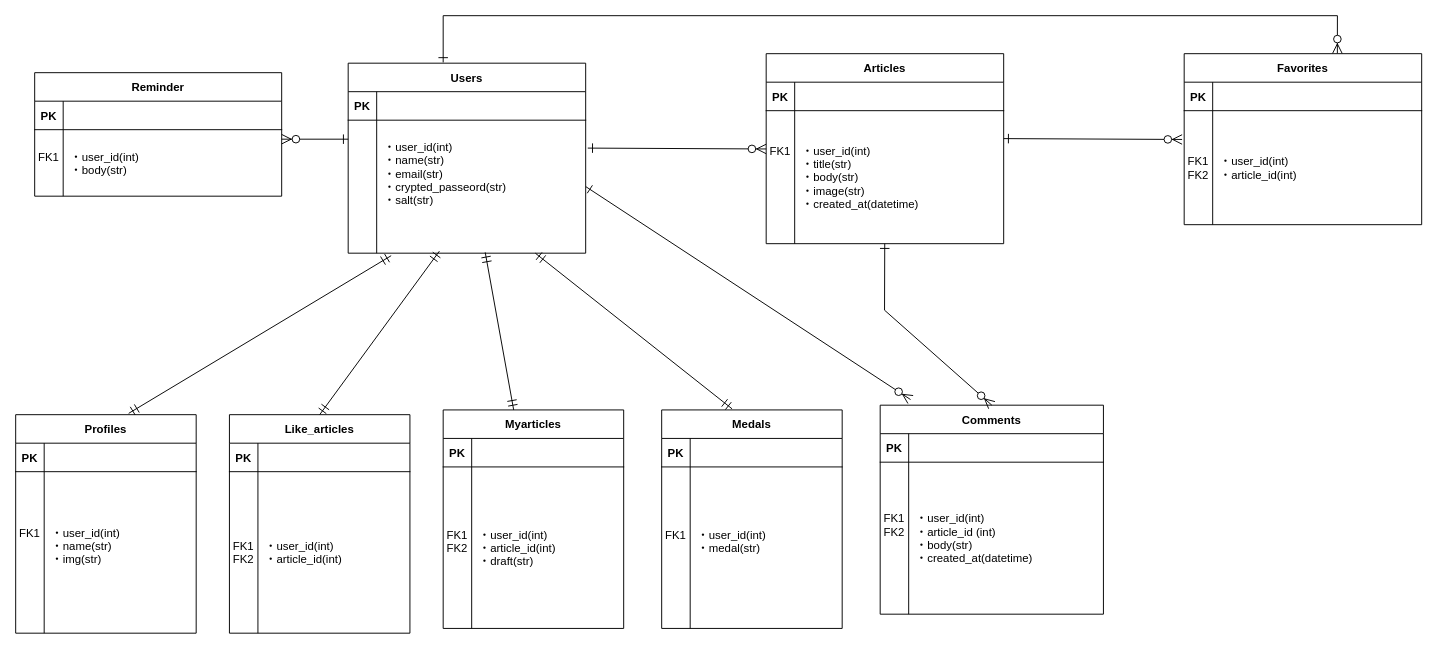
s17w09/Entity-Relationship-Diagram keeps this draw.io diagram as 名称未設定ファイル.drawio. Above is the earlier version. Source tidied: cells renumbered, new cells numbered last; positions are measured from the earlier drawing's top-left corner, leaving out a move shared by most shapes. Both pictures are drawn from the tidied source at 95%, with x=0, y=0 at pixel (15, 15).
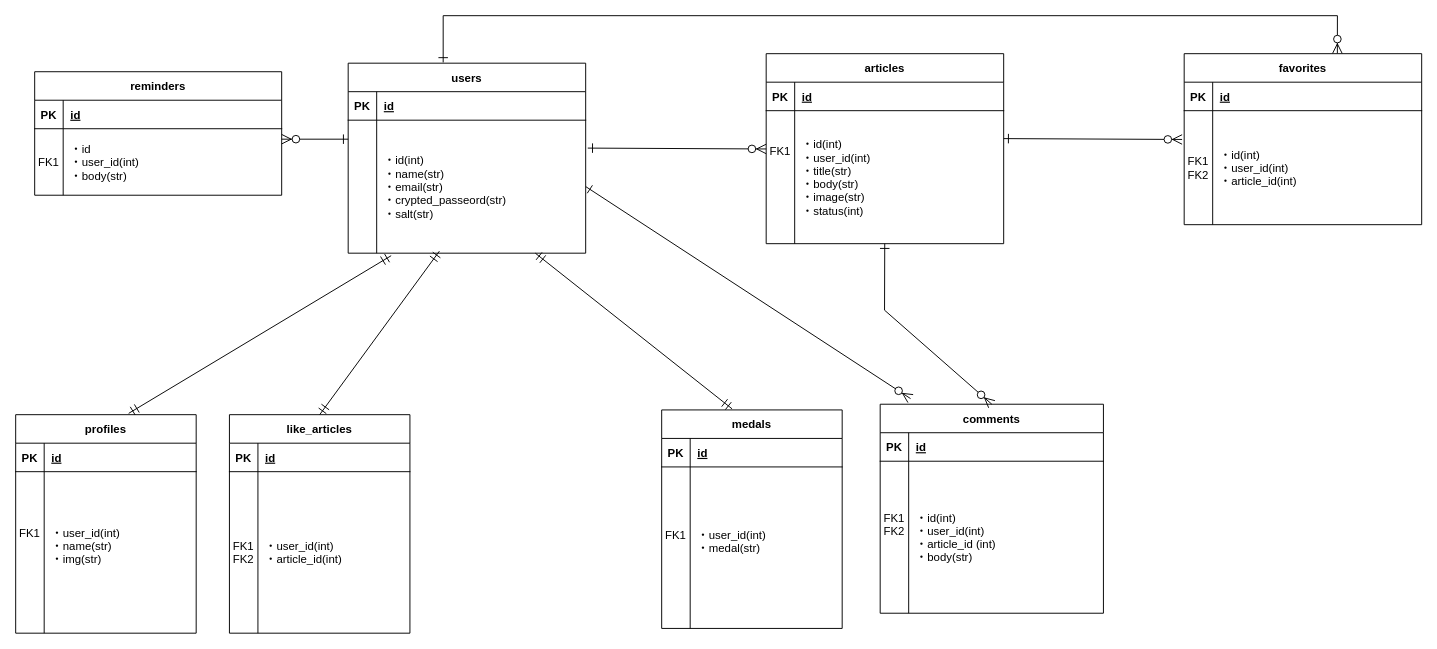
The same diagram, later.

Commit message:
名称未設定ファイル.drawio を更新します

Unchanged cells that the change refers to:
```xml
<mxCell id="3" style="shape=partialRectangle;fillColor=none;top=0;left=0;right=0;bottom=1;" parent="2" vertex="1">
  <mxGeometry y="30" width="250" height="30" as="geometry" />
</mxCell>
<mxCell id="6" style="shape=partialRectangle;fillColor=none;top=0;left=0;right=0;bottom=0;" parent="2" vertex="1">
  <mxGeometry y="60" width="250" height="140" as="geometry" />
</mxCell>
<mxCell id="10" style="shape=partialRectangle;fillColor=none;top=0;left=0;right=0;bottom=1;" parent="9" vertex="1">
  <mxGeometry y="30" width="250" height="30" as="geometry" />
</mxCell>
<mxCell id="13" style="shape=partialRectangle;fillColor=none;points=[[0,0.5],[1,0.5]];portConstraint=eastwest;top=0;left=0;right=0;bottom=0;" parent="9" vertex="1">
  <mxGeometry y="60" width="250" height="140" as="geometry" />
</mxCell>
<mxCell id="17" style="shape=partialRectangle;fillColor=none;top=0;left=0;right=0;bottom=1;" parent="16" vertex="1">
  <mxGeometry y="30" width="250" height="30" as="geometry" />
</mxCell>
<mxCell id="20" style="shape=partialRectangle;fillColor=none;top=0;left=0;right=0;bottom=0;" parent="16" vertex="1">
  <mxGeometry y="60" width="250" height="120" as="geometry" />
</mxCell>
<mxCell id="24" style="shape=partialRectangle;fillColor=none;top=0;left=0;right=0;bottom=1;" parent="23" vertex="1">
  <mxGeometry y="30" width="260" height="30" as="geometry" />
</mxCell>
<mxCell id="27" style="shape=partialRectangle;fillColor=none;top=0;left=0;right=0;bottom=0;" parent="23" vertex="1">
  <mxGeometry y="60" width="260" height="70" as="geometry" />
</mxCell>
<mxCell id="31" style="shape=partialRectangle;fillColor=none;top=0;left=0;right=0;bottom=1;" parent="30" vertex="1">
  <mxGeometry y="30" width="235" height="30" as="geometry" />
</mxCell>
<mxCell id="34" style="shape=partialRectangle;fillColor=none;top=0;left=0;right=0;bottom=0;" parent="30" vertex="1">
  <mxGeometry y="60" width="235" height="160" as="geometry" />
</mxCell>
<mxCell id="38" style="shape=partialRectangle;fillColor=none;top=0;left=0;right=0;bottom=1;" parent="37" vertex="1">
  <mxGeometry y="30" width="190" height="30" as="geometry" />
</mxCell>
<mxCell id="51" style="shape=partialRectangle;fillColor=none;top=0;left=0;right=0;bottom=1;" parent="50" vertex="1">
  <mxGeometry y="30" width="190" height="30" as="geometry" />
</mxCell>
<mxCell id="65" style="shape=partialRectangle;fillColor=none;top=0;left=0;right=0;bottom=1;" parent="64" vertex="1">
  <mxGeometry y="30" width="190" height="30" as="geometry" />
</mxCell>
```

What changed in the source:
```diff
@@
-    <mxCell id="2" value="Articles" style="shape=table;startSize=30;childLayout=tableLayout;rowLines=0;fontStyle=1;align=center;" parent="1" vertex="1">
+    <mxCell id="2" value="articles" style="shape=table;startSize=30;childLayout=tableLayout;rowLines=0;fontStyle=1;align=center;" parent="1" vertex="1">
       <mxGeometry x="790" y="40" width="250" height="200" as="geometry" />
     </mxCell>
@@
-    <mxCell id="5" style="shape=partialRectangle;overflow=hidden;fillColor=none;top=0;left=0;bottom=0;right=0;align=left;spacingLeft=6;fontStyle=5;" parent="3" vertex="1">
+    <mxCell id="5" value="id" style="shape=partialRectangle;overflow=hidden;fillColor=none;top=0;left=0;bottom=0;right=0;align=left;spacingLeft=6;fontStyle=5;" parent="3" vertex="1">
       <mxGeometry x="30" width="220" height="30" as="geometry" />
     </mxCell>
@@
-    <mxCell id="8" value="・user_id(int)&#10;・title(str)&#10;・body(str)&#10;・image(str)&#10;・created_at(datetime)" style="shape=partialRectangle;overflow=hidden;fillColor=none;top=0;left=0;bottom=0;right=0;align=left;spacingLeft=6;" parent="6" vertex="1">
+    <mxCell id="8" value="・id(int)&#10;・user_id(int)&#10;・title(str)&#10;・body(str)&#10;・image(str)&#10;・status(int)" style="shape=partialRectangle;overflow=hidden;fillColor=none;top=0;left=0;bottom=0;right=0;align=left;spacingLeft=6;" parent="6" vertex="1">
       <mxGeometry x="30" width="220" height="140" as="geometry" />
     </mxCell>
-    <mxCell id="9" value="Users" style="shape=table;startSize=30;childLayout=tableLayout;rowLines=0;fontStyle=1;align=center;" parent="1" vertex="1">
+    <mxCell id="9" value="users" style="shape=table;startSize=30;childLayout=tableLayout;rowLines=0;fontStyle=1;align=center;" parent="1" vertex="1">
       <mxGeometry x="350" y="50" width="250" height="200" as="geometry" />
     </mxCell>
@@
-    <mxCell id="12" style="shape=partialRectangle;overflow=hidden;fillColor=none;top=0;left=0;bottom=0;right=0;align=left;spacingLeft=6;fontStyle=5;" parent="10" vertex="1">
+    <mxCell id="12" value="id" style="shape=partialRectangle;overflow=hidden;fillColor=none;top=0;left=0;bottom=0;right=0;align=left;spacingLeft=6;fontStyle=5;" parent="10" vertex="1">
       <mxGeometry x="30" width="220" height="30" as="geometry" />
     </mxCell>
@@
-    <mxCell id="15" value="・user_id(int)&#10;・name(str)&#10;・email(str)&#10;・crypted_passeord(str)&#10;・salt(str)&#10;&#10;" style="shape=partialRectangle;overflow=hidden;fillColor=none;top=0;left=0;bottom=0;right=0;align=left;spacingLeft=6;" parent="13" vertex="1">
+    <mxCell id="15" value="・id(int)&#10;・name(str)&#10;・email(str)&#10;・crypted_passeord(str)&#10;・salt(str)" style="shape=partialRectangle;overflow=hidden;fillColor=none;top=0;left=0;bottom=0;right=0;align=left;spacingLeft=6;" parent="13" vertex="1">
       <mxGeometry x="30" width="220" height="140" as="geometry" />
     </mxCell>
-    <mxCell id="16" value="Favorites" style="shape=table;startSize=30;childLayout=tableLayout;rowLines=0;fontStyle=1;align=center;" parent="1" vertex="1">
+    <mxCell id="16" value="favorites" style="shape=table;startSize=30;childLayout=tableLayout;rowLines=0;fontStyle=1;align=center;" parent="1" vertex="1">
       <mxGeometry x="1230" y="40" width="250" height="180" as="geometry" />
     </mxCell>
@@
-    <mxCell id="19" style="shape=partialRectangle;overflow=hidden;fillColor=none;top=0;left=0;bottom=0;right=0;align=left;spacingLeft=6;fontStyle=5;" parent="17" vertex="1">
+    <mxCell id="19" value="id" style="shape=partialRectangle;overflow=hidden;fillColor=none;top=0;left=0;bottom=0;right=0;align=left;spacingLeft=6;fontStyle=5;" parent="17" vertex="1">
       <mxGeometry x="30" width="220" height="30" as="geometry" />
     </mxCell>
@@
-    <mxCell id="22" value="・user_id(int)&#10;・article_id(int)" style="shape=partialRectangle;overflow=hidden;fillColor=none;top=0;left=0;bottom=0;right=0;align=left;spacingLeft=6;" parent="20" vertex="1">
+    <mxCell id="22" value="・id(int)&#10;・user_id(int)&#10;・article_id(int)" style="shape=partialRectangle;overflow=hidden;fillColor=none;top=0;left=0;bottom=0;right=0;align=left;spacingLeft=6;" parent="20" vertex="1">
       <mxGeometry x="30" width="220" height="120" as="geometry" />
     </mxCell>
-    <mxCell id="23" value="Reminder" style="shape=table;startSize=30;childLayout=tableLayout;rowLines=0;fontStyle=1;align=center;" parent="1" vertex="1">
-      <mxGeometry x="20" y="60" width="260" height="130" as="geometry" />
+    <mxCell id="23" value="reminders" style="shape=table;startSize=30;childLayout=tableLayout;rowLines=0;fontStyle=1;align=center;" parent="1" vertex="1">
+      <mxGeometry x="20" y="59" width="260" height="130" as="geometry" />
     </mxCell>
@@
-    <mxCell id="26" style="shape=partialRectangle;overflow=hidden;fillColor=none;top=0;left=0;bottom=0;right=0;align=left;spacingLeft=6;fontStyle=5;" parent="24" vertex="1">
+    <mxCell id="26" value="id" style="shape=partialRectangle;overflow=hidden;fillColor=none;top=0;left=0;bottom=0;right=0;align=left;spacingLeft=6;fontStyle=5;" parent="24" vertex="1">
       <mxGeometry x="30" width="230" height="30" as="geometry" />
     </mxCell>
@@
-    <mxCell id="28" value="FK1&#10;" style="shape=partialRectangle;overflow=hidden;fillColor=none;top=0;left=0;bottom=0;right=0;" parent="27" vertex="1">
+    <mxCell id="28" value="&#10;FK1&#10;" style="shape=partialRectangle;overflow=hidden;fillColor=none;top=0;left=0;bottom=0;right=0;" parent="27" vertex="1">
       <mxGeometry width="30" height="70" as="geometry" />
     </mxCell>
-    <mxCell id="29" value="・user_id(int)&#10;・body(str)" style="shape=partialRectangle;overflow=hidden;fillColor=none;top=0;left=0;bottom=0;right=0;align=left;spacingLeft=6;" parent="27" vertex="1">
+    <mxCell id="29" value="・id&#10;・user_id(int)&#10;・body(str)" style="shape=partialRectangle;overflow=hidden;fillColor=none;top=0;left=0;bottom=0;right=0;align=left;spacingLeft=6;" parent="27" vertex="1">
       <mxGeometry x="30" width="230" height="70" as="geometry" />
     </mxCell>
-    <mxCell id="30" value="Comments" style="shape=table;startSize=30;childLayout=tableLayout;rowLines=0;fontStyle=1;align=center;" parent="1" vertex="1">
-      <mxGeometry x="910" y="410" width="235" height="220" as="geometry" />
+    <mxCell id="30" value="comments" style="shape=table;startSize=30;childLayout=tableLayout;rowLines=0;fontStyle=1;align=center;" parent="1" vertex="1">
+      <mxGeometry x="910" y="409" width="235" height="220" as="geometry" />
     </mxCell>
@@
-    <mxCell id="33" style="shape=partialRectangle;overflow=hidden;fillColor=none;top=0;left=0;bottom=0;right=0;align=left;spacingLeft=6;fontStyle=5;" parent="31" vertex="1">
+    <mxCell id="33" value="id" style="shape=partialRectangle;overflow=hidden;fillColor=none;top=0;left=0;bottom=0;right=0;align=left;spacingLeft=6;fontStyle=5;" parent="31" vertex="1">
       <mxGeometry x="30" width="205" height="30" as="geometry" />
     </mxCell>
@@
-    <mxCell id="36" value="・user_id(int)&#10;・article_id (int)&#10;・body(str)&#10;・created_at(datetime)" style="shape=partialRectangle;overflow=hidden;fillColor=none;top=0;left=0;bottom=0;right=0;align=left;spacingLeft=6;" parent="34" vertex="1">
+    <mxCell id="36" value="・id(int)&#10;・user_id(int)&#10;・article_id (int)&#10;・body(str)" style="shape=partialRectangle;overflow=hidden;fillColor=none;top=0;left=0;bottom=0;right=0;align=left;spacingLeft=6;" parent="34" vertex="1">
       <mxGeometry x="30" width="205" height="160" as="geometry" />
     </mxCell>
-    <mxCell id="37" value="Profiles" style="shape=table;startSize=30;childLayout=tableLayout;rowLines=0;fontStyle=1;align=center;" parent="1" vertex="1">
+    <mxCell id="37" value="profiles" style="shape=table;startSize=30;childLayout=tableLayout;rowLines=0;fontStyle=1;align=center;" parent="1" vertex="1">
       <mxGeometry y="420" width="190" height="230" as="geometry" />
     </mxCell>
@@
-    <mxCell id="40" style="shape=partialRectangle;overflow=hidden;fillColor=none;top=0;left=0;bottom=0;right=0;align=left;spacingLeft=6;fontStyle=5;" parent="38" vertex="1">
+    <mxCell id="40" value="id" style="shape=partialRectangle;overflow=hidden;fillColor=none;top=0;left=0;bottom=0;right=0;align=left;spacingLeft=6;fontStyle=5;" parent="38" vertex="1">
       <mxGeometry x="30" width="160" height="30" as="geometry" />
     </mxCell>
@@
-    <mxCell id="50" value="Like_articles" style="shape=table;startSize=30;childLayout=tableLayout;rowLines=0;fontStyle=1;align=center;" parent="1" vertex="1">
+    <mxCell id="50" value="like_articles" style="shape=table;startSize=30;childLayout=tableLayout;rowLines=0;fontStyle=1;align=center;" parent="1" vertex="1">
       <mxGeometry x="225" y="420" width="190" height="230" as="geometry" />
     </mxCell>
@@
-    <mxCell id="53" style="shape=partialRectangle;overflow=hidden;fillColor=none;top=0;left=0;bottom=0;right=0;align=left;spacingLeft=6;fontStyle=5;" parent="51" vertex="1">
+    <mxCell id="53" value="id" style="shape=partialRectangle;overflow=hidden;fillColor=none;top=0;left=0;bottom=0;right=0;align=left;spacingLeft=6;fontStyle=5;" parent="51" vertex="1">
       <mxGeometry x="30" width="160" height="30" as="geometry" />
     </mxCell>
@@
-    <mxCell id="57" value="Myarticles" style="shape=table;startSize=30;childLayout=tableLayout;rowLines=0;fontStyle=1;align=center;" parent="1" vertex="1">
-      <mxGeometry x="450" y="415" width="190" height="230" as="geometry" />
-    </mxCell>
-    <mxCell id="58" style="shape=partialRectangle;fillColor=none;top=0;left=0;right=0;bottom=1;" parent="57" vertex="1">
-      <mxGeometry y="30" width="190" height="30" as="geometry" />
-    </mxCell>
-    <mxCell id="59" value="PK" style="shape=partialRectangle;overflow=hidden;fillColor=none;top=0;left=0;bottom=0;right=0;fontStyle=1;" parent="58" vertex="1">
-      <mxGeometry width="30" height="30" as="geometry" />
-    </mxCell>
-    <mxCell id="60" style="shape=partialRectangle;overflow=hidden;fillColor=none;top=0;left=0;bottom=0;right=0;align=left;spacingLeft=6;fontStyle=5;" parent="58" vertex="1">
-      <mxGeometry x="30" width="160" height="30" as="geometry" />
-    </mxCell>
-    <mxCell id="61" style="shape=partialRectangle;fillColor=none;top=0;left=0;right=0;bottom=0;" parent="57" vertex="1">
-      <mxGeometry y="60" width="190" height="170" as="geometry" />
-    </mxCell>
-    <mxCell id="62" value="FK1&#10;FK2&#10;" style="shape=partialRectangle;overflow=hidden;fillColor=none;top=0;left=0;bottom=0;right=0;" parent="61" vertex="1">
-      <mxGeometry width="30" height="170" as="geometry" />
-    </mxCell>
-    <mxCell id="63" value="・user_id(int)&#10;・article_id(int)&#10;・draft(str)" style="shape=partialRectangle;overflow=hidden;fillColor=none;top=0;left=0;bottom=0;right=0;align=left;spacingLeft=6;" parent="61" vertex="1">
-      <mxGeometry x="30" width="160" height="170" as="geometry" />
-    </mxCell>
-    <mxCell id="64" value="Medals" style="shape=table;startSize=30;childLayout=tableLayout;rowLines=0;fontStyle=1;align=center;" parent="1" vertex="1">
+    <mxCell id="64" value="medals" style="shape=table;startSize=30;childLayout=tableLayout;rowLines=0;fontStyle=1;align=center;" parent="1" vertex="1">
       <mxGeometry x="680" y="415" width="190" height="230" as="geometry" />
     </mxCell>
@@
-    <mxCell id="67" style="shape=partialRectangle;overflow=hidden;fillColor=none;top=0;left=0;bottom=0;right=0;align=left;spacingLeft=6;fontStyle=5;" parent="65" vertex="1">
+    <mxCell id="67" value="id" style="shape=partialRectangle;overflow=hidden;fillColor=none;top=0;left=0;bottom=0;right=0;align=left;spacingLeft=6;fontStyle=5;" parent="65" vertex="1">
       <mxGeometry x="30" width="160" height="30" as="geometry" />
     </mxCell>
@@
-    <mxCell id="72" style="fontSize=12;html=1;endArrow=ERmandOne;startArrow=ERmandOne;rounded=0;startSize=8;endSize=8;entryX=0.577;entryY=0.994;entryDx=0;entryDy=0;entryPerimeter=0;" parent="1" edge="1" source="57" target="13">
-      <mxGeometry relative="1" as="geometry" />
-    </mxCell>
```
